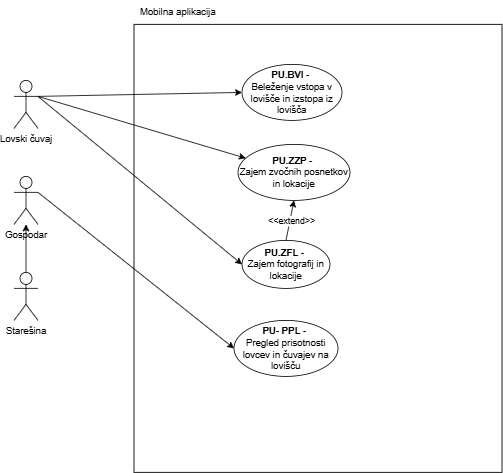
This is Lovski cuvaj-Mobilna aplikacija.drawio.png from ErnestISv/Lovstvo, a draw.io export, as it was before one commit. Source tidied: cells renumbered, new cells last; positions are measured from the earlier drawing's top-left corner, leaving out a move shared by most shapes.
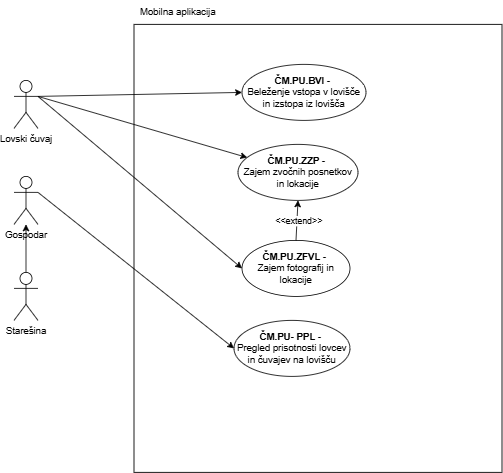
Later version of the same file.

Diff of the diagram source:
```diff
@@ -14,14 +14,14 @@
     <mxCell id="5" value="Gospodar" style="shape=umlActor;verticalLabelPosition=bottom;verticalAlign=top;html=1;outlineConnect=0;" parent="1" vertex="1">
       <mxGeometry y="220" width="30" height="60" as="geometry" />
     </mxCell>
-    <mxCell id="6" value="&lt;b&gt;PU.ZZP&lt;/b&gt; -&amp;nbsp;&lt;div&gt;Zajem zvočnih posnetkov in lokacije&lt;/div&gt;" style="ellipse;whiteSpace=wrap;html=1;" parent="1" vertex="1">
-      <mxGeometry x="280" y="180" width="140" height="70" as="geometry" />
+    <mxCell id="6" value="&lt;b&gt;ČM.PU.ZZP&lt;/b&gt; -&amp;nbsp;&lt;div&gt;Zajem zvočnih posnetkov in lokacije&lt;/div&gt;" style="ellipse;whiteSpace=wrap;html=1;" parent="1" vertex="1">
+      <mxGeometry x="280" y="180" width="150" height="70" as="geometry" />
     </mxCell>
     <mxCell id="7" style="endArrow=classic;html=1;rounded=0;exitX=1;exitY=0.3333333333333333;exitDx=0;exitDy=0;exitPerimeter=0;" parent="1" edge="1" source="3" target="6">
       <mxGeometry relative="1" as="geometry" />
     </mxCell>
-    <mxCell id="8" value="&lt;b&gt;PU.ZFL&lt;/b&gt; -&amp;nbsp;&lt;div&gt;Zajem fotografij in lokacije&lt;/div&gt;" style="ellipse;whiteSpace=wrap;html=1;" parent="1" vertex="1">
-      <mxGeometry x="285" y="300" width="110" height="60" as="geometry" />
+    <mxCell id="8" value="&lt;b&gt;ČM.PU.ZFVL&lt;/b&gt; -&amp;nbsp;&lt;div&gt;Zajem fotografij in lokacije&lt;/div&gt;" style="ellipse;whiteSpace=wrap;html=1;" parent="1" vertex="1">
+      <mxGeometry x="285" y="300" width="135" height="70" as="geometry" />
     </mxCell>
     <mxCell id="9" style="endArrow=classic;html=1;rounded=0;entryX=0;entryY=0.5;entryDx=0;entryDy=0;" parent="1" edge="1" target="8">
       <mxGeometry relative="1" as="geometry">
@@ -31,8 +31,8 @@
     <mxCell id="10" value="Mobilna aplikacija" style="text;html=1;align=center;verticalAlign=middle;whiteSpace=wrap;rounded=0;" parent="1" vertex="1">
       <mxGeometry x="150" width="110" height="30" as="geometry" />
     </mxCell>
-    <mxCell id="11" value="&lt;b&gt;PU- PPL&lt;/b&gt; -&amp;nbsp;&lt;div&gt;Pregled prisotnosti lovcev in čuvajev na lovišču&lt;/div&gt;" style="ellipse;whiteSpace=wrap;html=1;" parent="1" vertex="1">
-      <mxGeometry x="275" y="400" width="130" height="70" as="geometry" />
+    <mxCell id="11" value="&lt;b&gt;ČM.PU- PPL&lt;/b&gt; -&amp;nbsp;&lt;div&gt;Pregled prisotnosti lovcev in čuvajev na lovišču&lt;/div&gt;" style="ellipse;whiteSpace=wrap;html=1;" parent="1" vertex="1">
+      <mxGeometry x="275" y="400" width="145" height="70" as="geometry" />
     </mxCell>
     <mxCell id="12" style="endArrow=classic;html=1;rounded=0;exitX=1;exitY=0.3333333333333333;exitDx=0;exitDy=0;exitPerimeter=0;entryX=0;entryY=0.5;entryDx=0;entryDy=0;" parent="1" edge="1" source="5" target="11">
       <mxGeometry relative="1" as="geometry" />
@@ -40,8 +40,8 @@
     <mxCell id="13" style="endArrow=classic;html=1;rounded=0;exitX=0.5;exitY=0;exitDx=0;exitDy=0;exitPerimeter=0;" parent="1" edge="1" source="4" target="5">
       <mxGeometry relative="1" as="geometry" />
     </mxCell>
-    <mxCell id="14" value="&lt;b&gt;PU.BVI&lt;/b&gt; -&amp;nbsp;&lt;div&gt;Beleženje vstopa v lovišče in izstopa iz lovišča&lt;/div&gt;" style="ellipse;whiteSpace=wrap;html=1;" parent="1" vertex="1">
-      <mxGeometry x="285" y="80" width="125" height="70" as="geometry" />
+    <mxCell id="14" value="&lt;b&gt;ČM.PU.BVI&lt;/b&gt; -&amp;nbsp;&lt;div&gt;Beleženje vstopa v lovišče in izstopa iz lovišča&lt;/div&gt;" style="ellipse;whiteSpace=wrap;html=1;" parent="1" vertex="1">
+      <mxGeometry x="285" y="80" width="155" height="70" as="geometry" />
     </mxCell>
     <mxCell id="15" style="endArrow=classic;html=1;rounded=0;entryX=0;entryY=0.5;entryDx=0;entryDy=0;" parent="1" edge="1" target="14">
       <mxGeometry relative="1" as="geometry">
```
